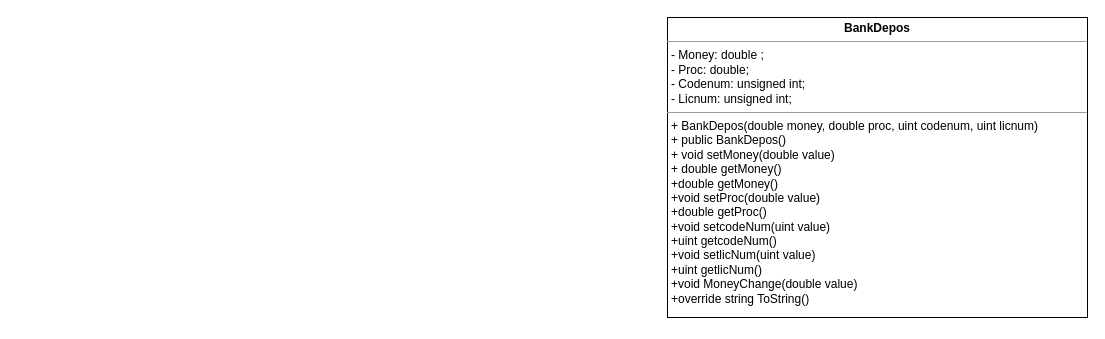
Before: BankDepos_UML.drawio in gingerswaltz/gingerswaltz-official, a draw.io diagram. Source tidied: cells renumbered, new cells numbered last; positions are measured from the earlier drawing's top-left corner, leaving out a move shared by most shapes. Both pictures are drawn from the tidied source at 100%, with x=0, y=0 at pixel (667, 17).
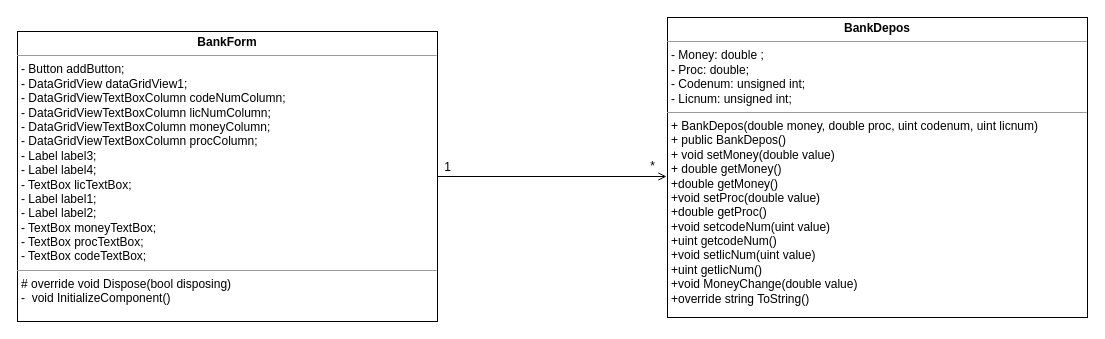
Above is the later version.

The edit, as a diff of the source:
```diff
@@
 <mxGraphModel>
   <root>
     <mxCell id="0" />
     <mxCell id="1" parent="0" />
     <mxCell id="2" value="&lt;p style=&quot;margin:0px;margin-top:4px;text-align:center;&quot;&gt;&lt;b&gt;BankDepos&lt;/b&gt;&lt;/p&gt;&lt;hr size=&quot;1&quot;&gt;&lt;p style=&quot;margin:0px;margin-left:4px;&quot;&gt;- Money: double ;&lt;/p&gt;&lt;p style=&quot;margin:0px;margin-left:4px;&quot;&gt;- Proc: double;&lt;/p&gt;&lt;p style=&quot;margin:0px;margin-left:4px;&quot;&gt;- Codenum: unsigned int;&lt;/p&gt;&lt;p style=&quot;margin:0px;margin-left:4px;&quot;&gt;- Licnum: unsigned int;&lt;/p&gt;&lt;hr size=&quot;1&quot;&gt;&lt;p style=&quot;margin:0px;margin-left:4px;&quot;&gt;+&amp;nbsp;BankDepos(double money, double proc, uint codenum, uint licnum)&lt;/p&gt;&lt;p style=&quot;margin:0px;margin-left:4px;&quot;&gt;+&amp;nbsp;public BankDepos()&lt;/p&gt;&lt;p style=&quot;margin:0px;margin-left:4px;&quot;&gt;+&amp;nbsp;void setMoney(double value)&lt;/p&gt;&lt;p style=&quot;margin:0px;margin-left:4px;&quot;&gt;+&amp;nbsp;double getMoney()&lt;/p&gt;&lt;p style=&quot;margin:0px;margin-left:4px;&quot;&gt;+double getMoney()&lt;/p&gt;&lt;p style=&quot;margin:0px;margin-left:4px;&quot;&gt;+void setProc(double value)&lt;/p&gt;&lt;p style=&quot;margin:0px;margin-left:4px;&quot;&gt;+double getProc()&lt;/p&gt;&lt;p style=&quot;margin:0px;margin-left:4px;&quot;&gt;+void setcodeNum(uint value)&lt;/p&gt;&lt;p style=&quot;margin:0px;margin-left:4px;&quot;&gt;+uint getcodeNum()&lt;/p&gt;&lt;p style=&quot;margin:0px;margin-left:4px;&quot;&gt;+void setlicNum(uint value)&lt;/p&gt;&lt;p style=&quot;margin:0px;margin-left:4px;&quot;&gt;+uint getlicNum()&lt;/p&gt;&lt;p style=&quot;margin:0px;margin-left:4px;&quot;&gt;+void MoneyChange(double value)&lt;/p&gt;&lt;p style=&quot;margin:0px;margin-left:4px;&quot;&gt;+override string ToString()&lt;/p&gt;" style="verticalAlign=top;align=left;overflow=fill;fontSize=12;fontFamily=Helvetica;html=1;" parent="1" vertex="1">
       <mxGeometry width="420" height="300" as="geometry" />
     </mxCell>
+    <mxCell id="3" style="edgeStyle=orthogonalEdgeStyle;rounded=0;jettySize=auto;html=1;endArrow=open;endFill=0;" parent="1" edge="1" source="4">
+      <mxGeometry relative="1" as="geometry">
+        <mxPoint x="-1" y="159" as="targetPoint" />
+      </mxGeometry>
+    </mxCell>
+    <mxCell id="4" value="&lt;p style=&quot;margin:0px;margin-top:4px;text-align:center;&quot;&gt;&lt;b&gt;BankForm&lt;/b&gt;&lt;/p&gt;&lt;hr size=&quot;1&quot;&gt;&lt;p style=&quot;margin:0px;margin-left:4px;&quot;&gt;- Button addButton;&lt;/p&gt;&lt;p style=&quot;margin:0px;margin-left:4px;&quot;&gt;- DataGridView dataGridView1;&lt;/p&gt;&lt;p style=&quot;margin:0px;margin-left:4px;&quot;&gt;- DataGridViewTextBoxColumn codeNumColumn;&lt;/p&gt;&lt;p style=&quot;margin:0px;margin-left:4px;&quot;&gt;- DataGridViewTextBoxColumn licNumColumn;&lt;/p&gt;&lt;p style=&quot;margin:0px;margin-left:4px;&quot;&gt;- DataGridViewTextBoxColumn moneyColumn;&lt;/p&gt;&lt;p style=&quot;margin:0px;margin-left:4px;&quot;&gt;- DataGridViewTextBoxColumn procColumn;&lt;/p&gt;&lt;p style=&quot;margin:0px;margin-left:4px;&quot;&gt;- Label label3;&lt;/p&gt;&lt;p style=&quot;margin:0px;margin-left:4px;&quot;&gt;- Label label4;&lt;/p&gt;&lt;p style=&quot;margin:0px;margin-left:4px;&quot;&gt;- TextBox licTextBox;&lt;/p&gt;&lt;p style=&quot;margin:0px;margin-left:4px;&quot;&gt;- Label label1;&lt;/p&gt;&lt;p style=&quot;margin:0px;margin-left:4px;&quot;&gt;- Label label2;&lt;/p&gt;&lt;p style=&quot;margin:0px;margin-left:4px;&quot;&gt;- TextBox moneyTextBox;&lt;/p&gt;&lt;p style=&quot;margin:0px;margin-left:4px;&quot;&gt;- TextBox procTextBox;&lt;/p&gt;&lt;p style=&quot;margin:0px;margin-left:4px;&quot;&gt;- TextBox codeTextBox;&lt;/p&gt;&lt;hr size=&quot;1&quot;&gt;&lt;p style=&quot;margin:0px;margin-left:4px;&quot;&gt;# override void Dispose(bool disposing)&lt;br&gt;&lt;/p&gt;&lt;p style=&quot;margin:0px;margin-left:4px;&quot;&gt;-&amp;nbsp; void InitializeComponent()&lt;/p&gt;" style="verticalAlign=top;align=left;overflow=fill;fontSize=12;fontFamily=Helvetica;html=1;" parent="1" vertex="1">
+      <mxGeometry x="-650" y="14" width="420" height="290" as="geometry" />
+    </mxCell>
+    <mxCell id="5" value="1" style="text;html=1;align=center;verticalAlign=middle;strokeColor=none;fillColor=none;" parent="1" vertex="1">
+      <mxGeometry x="-235" y="135" width="30" height="30" as="geometry" />
+    </mxCell>
+    <mxCell id="6" value="*" style="text;html=1;align=center;verticalAlign=middle;strokeColor=none;fillColor=none;" parent="1" vertex="1">
+      <mxGeometry x="-30" y="134" width="30" height="30" as="geometry" />
+    </mxCell>
   </root>
 </mxGraphModel>
```
